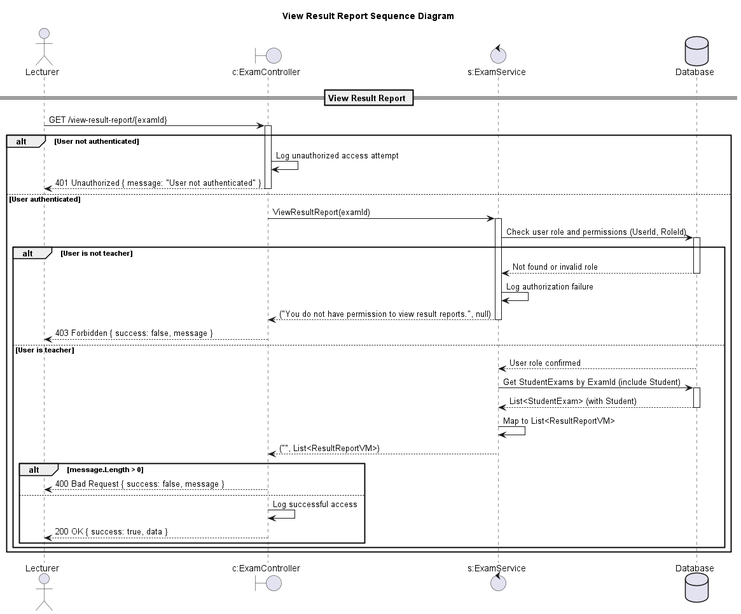
conghoan1211/AI-Kiosk-Testing-system keeps this PlantUML diagram as design/out/viewresultreportsequencediagram/viewresultreportsequencediagram.png. Above is the earlier version. Source of this version:
```plantuml
@startuml

title View Result Report Sequence Diagram

actor "Lecturer" as Client
boundary "c:ExamController" as Controller
control "s:ExamService" as Service
database "Database" as DB

== View Result Report ==

Client -> Controller: GET /view-result-report/{examId}
activate Controller

alt User not authenticated
    Controller -> Controller: Log unauthorized access attempt
    Controller --> Client: 401 Unauthorized { message: "User not authenticated" }
    deactivate Controller
else User authenticated
    Controller -> Service: ViewResultReport(examId)
    activate Service

    Service -> DB: Check user role and permissions (UserId, RoleId)
    activate DB
    alt User is not teacher
        DB --> Service: Not found or invalid role
        deactivate DB
        Service -> Service: Log authorization failure
        Service --> Controller: ("You do not have permission to view result reports.", null)
        deactivate Service
        Controller --> Client: 403 Forbidden { success: false, message }
        deactivate Controller
    else User is teacher
        DB --> Service: User role confirmed
        deactivate DB

        Service -> DB: Get StudentExams by ExamId (include Student)
        activate DB
        DB --> Service: List<StudentExam> (with Student)
        deactivate DB

        Service -> Service: Map to List<ResultReportVM>
        Service --> Controller: ("", List<ResultReportVM>)
        deactivate Service

        alt message.Length > 0
            Controller --> Client: 400 Bad Request { success: false, message }
        else
            Controller -> Controller: Log successful access
            Controller --> Client: 200 OK { success: true, data }
        end
    end
end

deactivate Controller

@enduml
```
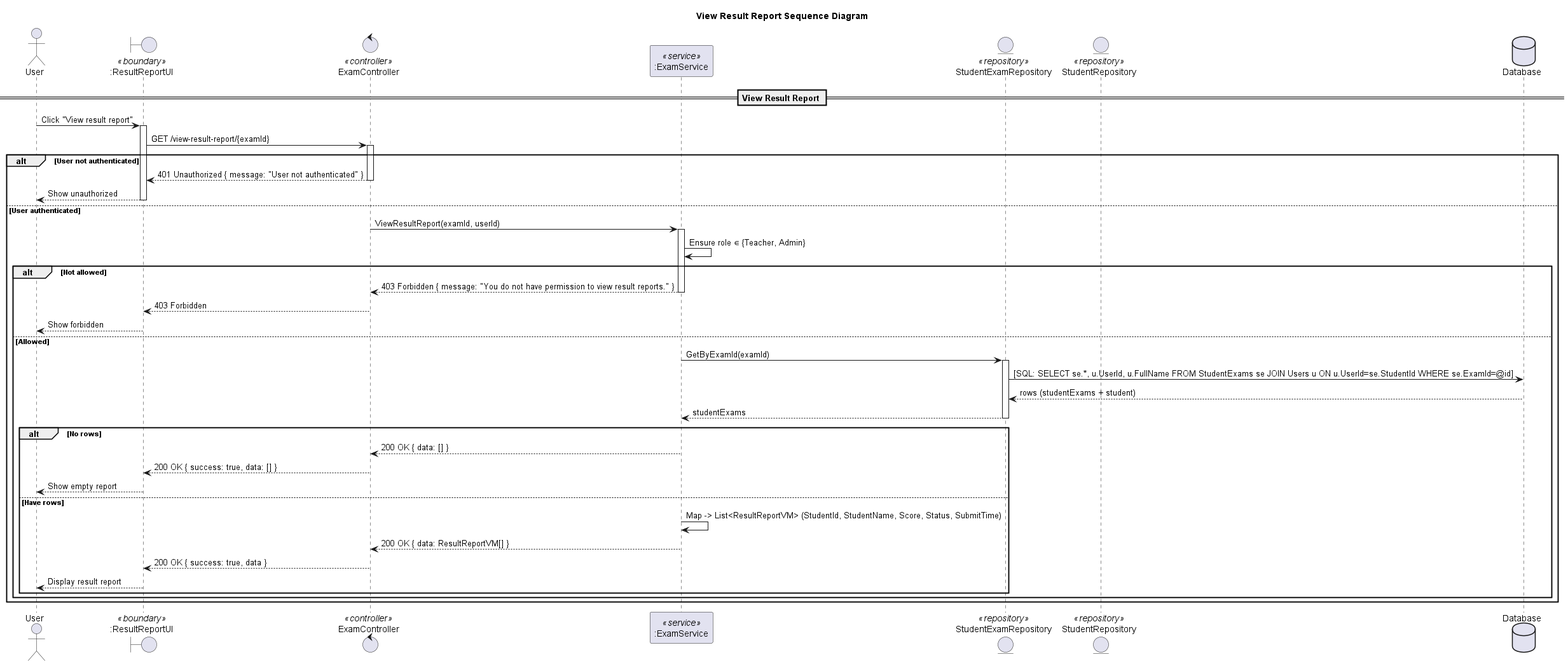
Later version of the same file.

Diff of the diagram source:
```diff
@@ -1,57 +1,64 @@
 @startuml
+title View Result Report Sequence Diagram
+actor "User" as Client
+boundary ":ResultReportUI" as UI <<boundary>>
+control "ExamController" as Controller <<controller>>
+participant ":ExamService" as Service <<service>>
 
-title View Result Report Sequence Diagram
 
-actor "Lecturer" as Client
-boundary "c:ExamController" as Controller
-control "s:ExamService" as Service
+entity "StudentExamRepository" as StuExamRepo <<repository>>
+entity "StudentRepository" as StudentRepo <<repository>>
+
 database "Database" as DB
 
 == View Result Report ==
 
-Client -> Controller: GET /view-result-report/{examId}
+Client -> UI: Click "View result report"
+activate UI
+UI -> Controller: GET /view-result-report/{examId}
 activate Controller
 
 alt User not authenticated
-    Controller -> Controller: Log unauthorized access attempt
-    Controller --> Client: 401 Unauthorized { message: "User not authenticated" }
+  Controller --> UI: 401 Unauthorized { message: "User not authenticated" }
+  deactivate Controller
+  UI --> Client: Show unauthorized
+  deactivate UI
+else User authenticated
+  Controller -> Service: ViewResultReport(examId, userId)
+  activate Service
+
+  Service -> Service: Ensure role ∈ {Teacher, Admin}
+  alt Not allowed
+    Service --> Controller: 403 Forbidden { message: "You do not have permission to view result reports." }
+    deactivate Service
+    Controller --> UI: 403 Forbidden
     deactivate Controller
-else User authenticated
-    Controller -> Service: ViewResultReport(examId)
-    activate Service
+    UI --> Client: Show forbidden
+    deactivate UI
+  else Allowed
+    Service -> StuExamRepo: GetByExamId(examId)
+    activate StuExamRepo
+    StuExamRepo -> DB: [SQL: SELECT se.*, u.UserId, u.FullName FROM StudentExams se JOIN Users u ON u.UserId=se.StudentId WHERE se.ExamId=@id]
+    DB --> StuExamRepo: rows (studentExams + student)
+    StuExamRepo --> Service: studentExams
+    deactivate StuExamRepo
 
-    Service -> DB: Check user role and permissions (UserId, RoleId)
-    activate DB
-    alt User is not teacher
-        DB --> Service: Not found or invalid role
-        deactivate DB
-        Service -> Service: Log authorization failure
-        Service --> Controller: ("You do not have permission to view result reports.", null)
-        deactivate Service
-        Controller --> Client: 403 Forbidden { success: false, message }
-        deactivate Controller
-    else User is teacher
-        DB --> Service: User role confirmed
-        deactivate DB
-
-        Service -> DB: Get StudentExams by ExamId (include Student)
-        activate DB
-        DB --> Service: List<StudentExam> (with Student)
-        deactivate DB
-
-        Service -> Service: Map to List<ResultReportVM>
-        Service --> Controller: ("", List<ResultReportVM>)
-        deactivate Service
-
-        alt message.Length > 0
-            Controller --> Client: 400 Bad Request { success: false, message }
-        else
-            Controller -> Controller: Log successful access
-            Controller --> Client: 200 OK { success: true, data }
-        end
-    end
-end
-
-deactivate Controller
-
+    alt No rows
+      Service --> Controller: 200 OK { data: [] }
+      deactivate Service
+      Controller --> UI: 200 OK { success: true, data: [] }
+      deactivate Controller
+      UI --> Client: Show empty report
+      deactivate UI
+    else Have rows
+      Service -> Service: Map -> List<ResultReportVM> (StudentId, StudentName, Score, Status, SubmitTime)
+      Service --> Controller: 200 OK { data: ResultReportVM[] }
+      deactivate Service
+      Controller --> UI: 200 OK { success: true, data }
+      deactivate Controller
+      UI --> Client: Display result report
+      deactivate UI
+    end alt
+  end alt
+end alt
 @enduml
```
